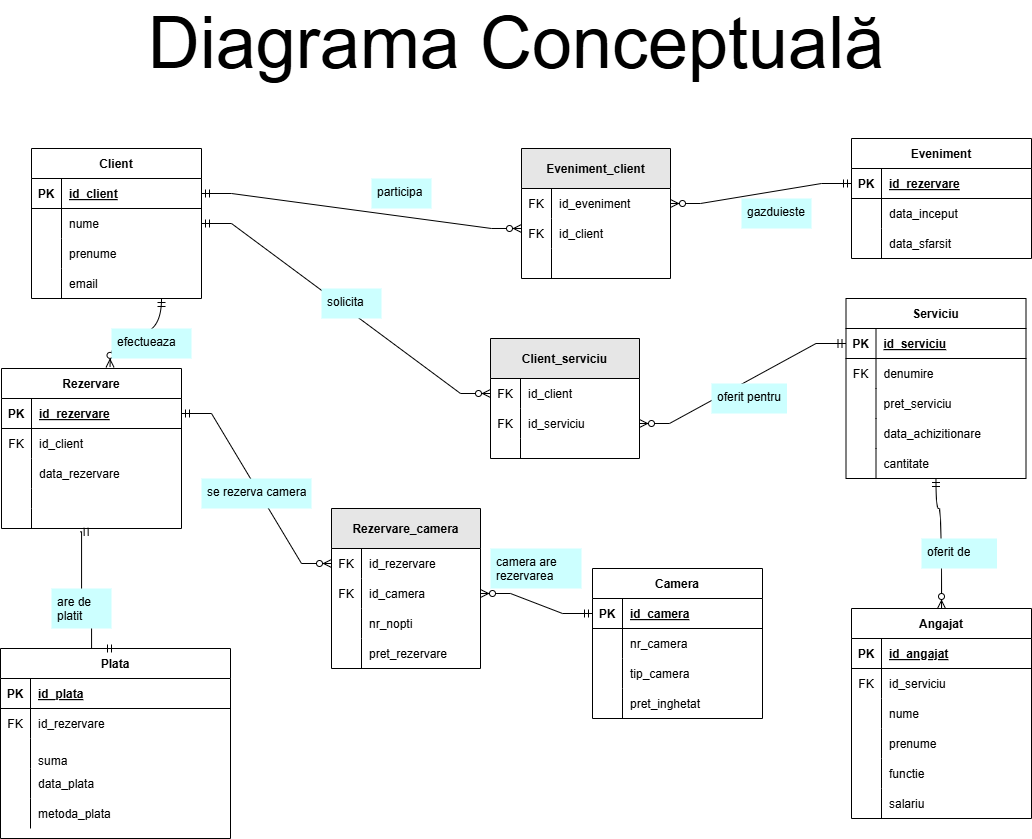
The draw.io diagram DW&BI/Diagrame/Diagramă conceptuala.drawio.png in diana-clinciu/MODBD, before a commit. Source tidied: cells renumbered, new cells last; positions are measured from the earlier drawing's top-left corner, leaving out a move shared by most shapes.
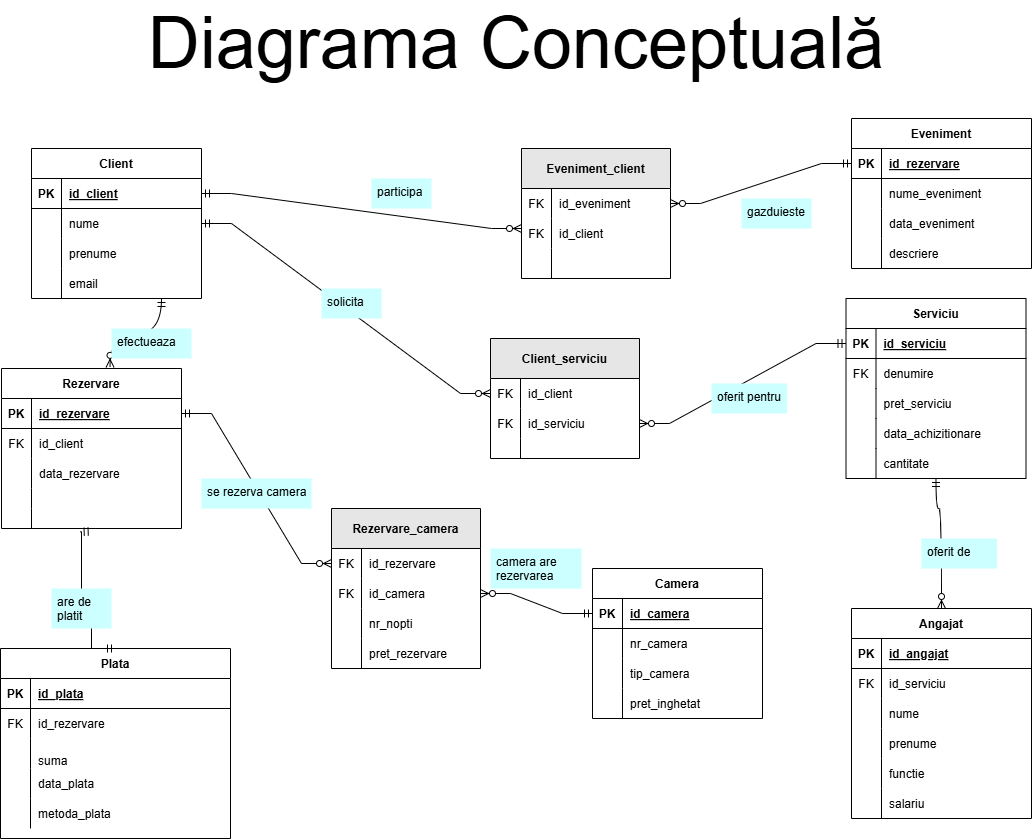
The same diagram one commit later.

The edit, as a diff of the source:
```diff
@@ -245,7 +245,7 @@
       <mxGeometry x="30" width="150" height="30" as="geometry" />
     </mxCell>
     <mxCell id="80" value="Eveniment" style="shape=table;startSize=30;rowLines=0;fontStyle=1;align=center;" parent="1" vertex="1">
-      <mxGeometry x="851" y="110" width="180" height="120" as="geometry" />
+      <mxGeometry x="851" y="90" width="180" height="150" as="geometry" />
     </mxCell>
     <mxCell id="81" style="shape=partialRectangle;fillColor=none;points=[[0,0.5],[1,0.5]];portConstraint=eastwest;top=0;left=0;right=0;bottom=1;" parent="80" vertex="1">
       <mxGeometry y="30" width="180" height="30" as="geometry" />
@@ -262,7 +262,7 @@
     <mxCell id="85" style="shape=partialRectangle;overflow=hidden;fillColor=none;top=0;left=0;bottom=0;right=0;" parent="84" vertex="1">
       <mxGeometry width="30" height="30" as="geometry" />
     </mxCell>
-    <mxCell id="86" value="data_inceput" style="shape=partialRectangle;overflow=hidden;fillColor=none;top=0;left=0;bottom=0;right=0;align=left;spacingLeft=6;" parent="84" vertex="1">
+    <mxCell id="86" value="nume_eveniment" style="shape=partialRectangle;overflow=hidden;fillColor=none;top=0;left=0;bottom=0;right=0;align=left;spacingLeft=6;" parent="84" vertex="1">
       <mxGeometry x="30" width="150" height="30" as="geometry" />
     </mxCell>
     <mxCell id="87" style="shape=partialRectangle;fillColor=none;top=0;left=0;right=0;bottom=0;" parent="80" vertex="1">
@@ -271,9 +271,18 @@
     <mxCell id="88" style="shape=partialRectangle;overflow=hidden;fillColor=none;top=0;left=0;bottom=0;right=0;" parent="87" vertex="1">
       <mxGeometry width="30" height="30" as="geometry" />
     </mxCell>
-    <mxCell id="89" value="data_sfarsit " style="shape=partialRectangle;overflow=hidden;fillColor=none;top=0;left=0;bottom=0;right=0;align=left;spacingLeft=6;" parent="87" vertex="1">
+    <mxCell id="89" value="data_eveniment" style="shape=partialRectangle;overflow=hidden;fillColor=none;top=0;left=0;bottom=0;right=0;align=left;spacingLeft=6;" parent="87" vertex="1">
       <mxGeometry x="30" width="150" height="30" as="geometry" />
     </mxCell>
+    <mxCell id="157" style="shape=partialRectangle;fillColor=none;top=0;left=0;right=0;bottom=0;" parent="80" vertex="1">
+      <mxGeometry y="120" width="180" height="30" as="geometry" />
+    </mxCell>
+    <mxCell id="158" style="shape=partialRectangle;overflow=hidden;fillColor=none;top=0;left=0;bottom=0;right=0;" parent="157" vertex="1">
+      <mxGeometry width="30" height="30" as="geometry" />
+    </mxCell>
+    <mxCell id="159" value="descriere" style="shape=partialRectangle;overflow=hidden;fillColor=none;top=0;left=0;bottom=0;right=0;align=left;spacingLeft=6;" parent="157" vertex="1">
+      <mxGeometry x="30" width="150" height="30" as="geometry" />
+    </mxCell>
     <mxCell id="90" style="edgeStyle=entityRelationEdgeStyle;fontSize=12;html=1;endArrow=ERzeroToMany;startArrow=ERmandOne;rounded=0;exitX=0;exitY=0.5;exitDx=0;exitDy=0;entryX=1;entryY=0.5;entryDx=0;entryDy=0;" parent="1" edge="1" source="81" target="48">
       <mxGeometry relative="1" as="geometry" />
     </mxCell>
```
